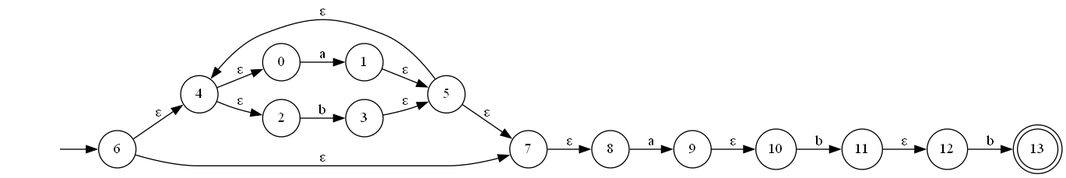
oscarparedez/compiler-project-1 keeps this Graphviz diagram as NFA.gv.png. Above is the earlier version. Its source is kept beside it as NFA.gv.
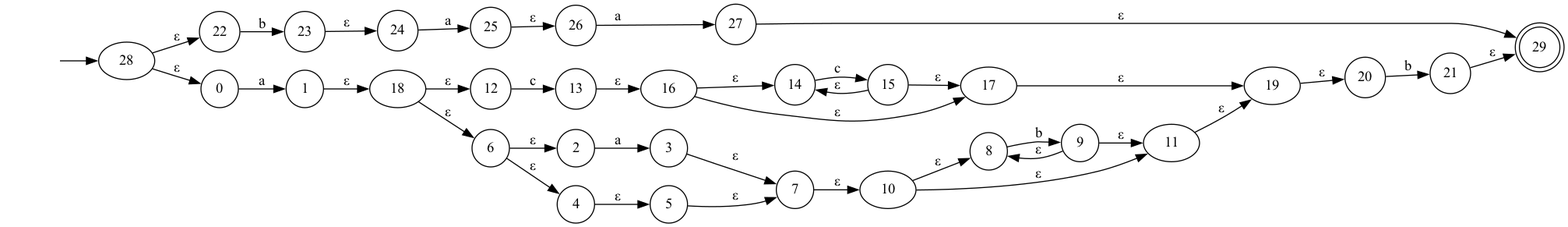
The same diagram one commit later.

Diff of the diagram source:
```diff
@@ -1,35 +1,64 @@
 digraph NFA {
 	graph [rankdir=LR]
 	"" [label="" shape=plaintext]
-	13 [label=13 shape=doublecircle]
-	10 [label=10 shape=circle]
+	29 [label=29 shape=doublecircle]
+	25 [label=25 shape=circle]
+	27 [label=27 shape=circle]
 	1 [label=1 shape=circle]
+	12 [label=12 shape=circle]
+	15 [label=15 shape=circle]
+	14 [label=14 shape=circle]
+	23 [label=23 shape=circle]
+	22 [label=22 shape=circle]
+	6 [label=6 shape=circle]
+	2 [label=2 shape=circle]
+	7 [label=7 shape=circle]
+	4 [label=4 shape=circle]
+	21 [label=21 shape=circle]
+	24 [label=24 shape=circle]
 	5 [label=5 shape=circle]
+	26 [label=26 shape=circle]
+	13 [label=13 shape=circle]
+	8 [label=8 shape=circle]
+	9 [label=9 shape=circle]
+	20 [label=20 shape=circle]
+	0 [label=0 shape=circle]
 	3 [label=3 shape=circle]
-	12 [label=12 shape=circle]
-	0 [label=0 shape=circle]
-	11 [label=11 shape=circle]
-	4 [label=4 shape=circle]
-	9 [label=9 shape=circle]
-	6 [label=6 shape=circle]
-	7 [label=7 shape=circle]
-	8 [label=8 shape=circle]
-	2 [label=2 shape=circle]
-	"" -> 6 [label=""]
-	11 -> 12 [label="ε"]
-	9 -> 10 [label="ε"]
-	7 -> 8 [label="ε"]
-	6 -> 7 [label="ε"]
+	"" -> 28 [label=""]
+	28 -> 0 [label="ε"]
+	28 -> 22 [label="ε"]
+	21 -> 29 [label="ε"]
+	27 -> 29 [label="ε"]
+	19 -> 20 [label="ε"]
+	1 -> 18 [label="ε"]
+	0 -> 1 [label=a]
+	18 -> 6 [label="ε"]
+	18 -> 12 [label="ε"]
+	11 -> 19 [label="ε"]
+	17 -> 19 [label="ε"]
+	7 -> 10 [label="ε"]
 	6 -> 4 [label="ε"]
+	6 -> 2 [label="ε"]
+	3 -> 7 [label="ε"]
 	5 -> 7 [label="ε"]
-	5 -> 4 [label="ε"]
-	4 -> 0 [label="ε"]
-	4 -> 2 [label="ε"]
-	1 -> 5 [label="ε"]
-	3 -> 5 [label="ε"]
-	0 -> 1 [label=a]
-	2 -> 3 [label=b]
-	8 -> 9 [label=a]
-	10 -> 11 [label=b]
-	12 -> 13 [label=b]
+	2 -> 3 [label=a]
+	4 -> 5 [label="ε"]
+	10 -> 11 [label="ε"]
+	10 -> 8 [label="ε"]
+	9 -> 8 [label="ε"]
+	9 -> 11 [label="ε"]
+	8 -> 9 [label=b]
+	13 -> 16 [label="ε"]
+	12 -> 13 [label=c]
+	16 -> 14 [label="ε"]
+	16 -> 17 [label="ε"]
+	15 -> 14 [label="ε"]
+	15 -> 17 [label="ε"]
+	14 -> 15 [label=c]
+	20 -> 21 [label=b]
+	25 -> 26 [label="ε"]
+	23 -> 24 [label="ε"]
+	22 -> 23 [label=b]
+	24 -> 25 [label=a]
+	26 -> 27 [label=a]
 }
```
